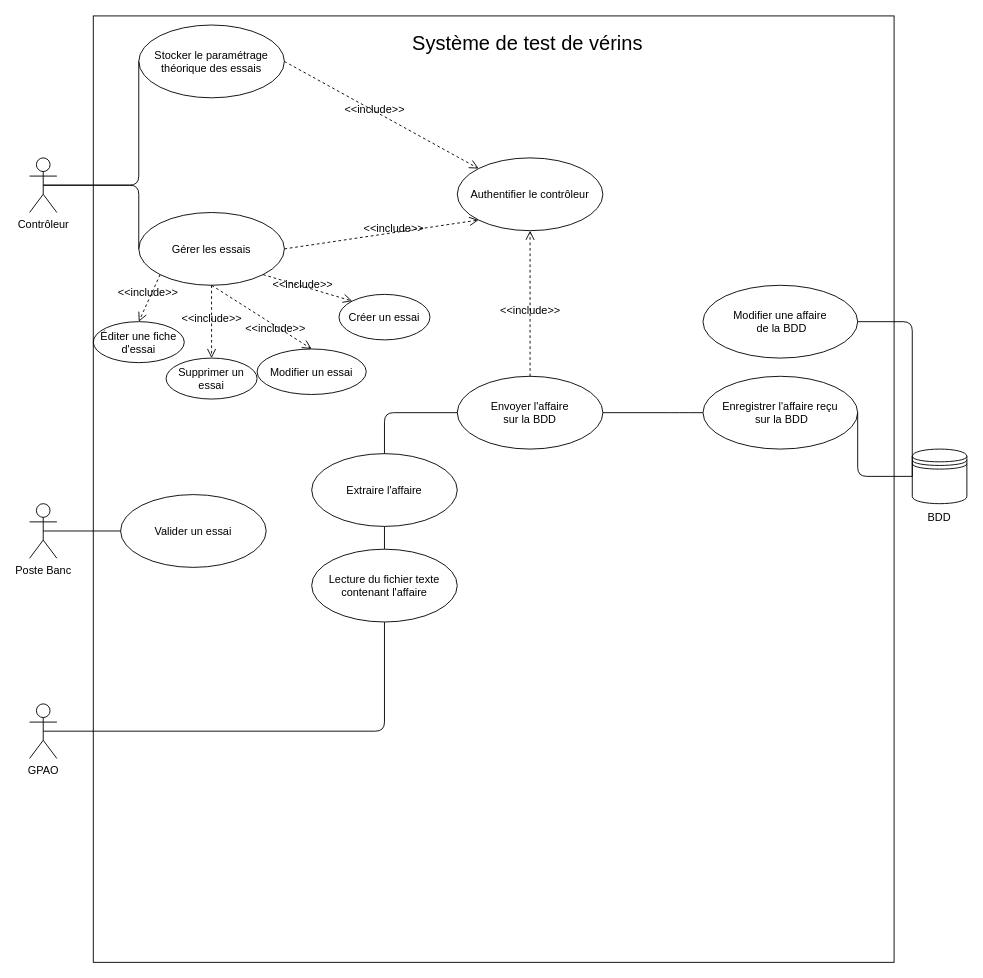
Above: Analyse/Hugo/diagrammeDUtilisationHugo.drawio in MRCThomas/testDeVerinSurBancHydraulique (draw.io), before the change. Source tidied: cells renumbered, new cells numbered last; positions are measured from the earlier drawing's top-left corner, leaving out a move shared by most shapes. Both pictures are drawn from the tidied source at 91%, with x=0, y=0 at pixel (29, 15).
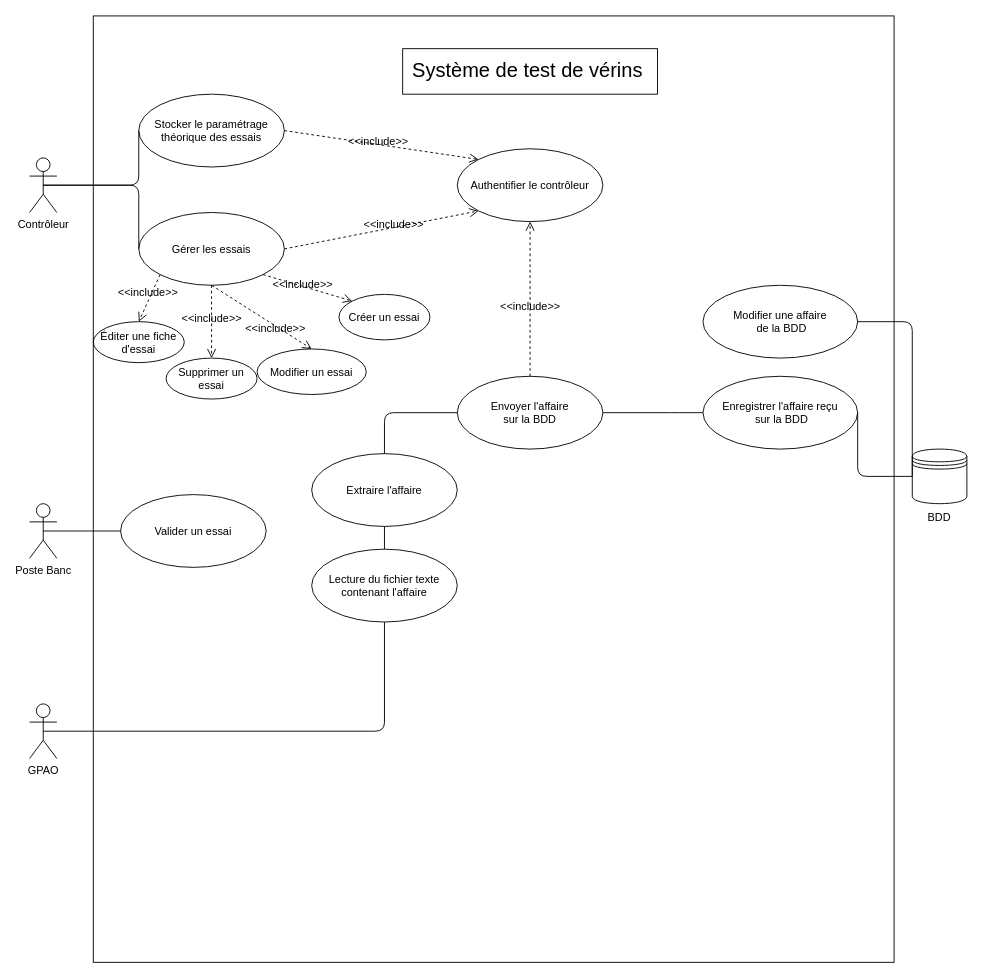
The same page after the edit.

Commit message:
UseCase Hugo

Ajout d'un titre au UseCase

The edit, as a diff of the source:
```diff
@@
     <mxCell id="12" value="Authentifier le contrôleur" style="ellipse;fillColor=none;" parent="1" vertex="1">
-      <mxGeometry x="470" y="156" width="160" height="80" as="geometry" />
+      <mxGeometry x="470" y="146" width="160" height="80" as="geometry" />
     </mxCell>
@@
     <mxCell id="18" value="Stocker le paramétrage&#10;théorique des essais" style="ellipse;fillColor=none;" parent="1" vertex="1">
-      <mxGeometry x="120" y="10" width="160" height="80" as="geometry" />
+      <mxGeometry x="120" y="86" width="160" height="80" as="geometry" />
     </mxCell>
@@
     <mxCell id="30" value="&lt;font style=&quot;font-size: 22px&quot;&gt;Système de test de vérins&amp;nbsp;&lt;/font&gt;" style="text;html=1;strokeColor=none;fillColor=none;align=center;verticalAlign=middle;whiteSpace=wrap;rounded=0;" parent="1" vertex="1">
-      <mxGeometry x="385.5" y="16" width="329" height="30" as="geometry" />
+      <mxGeometry x="385.5" y="46" width="329" height="30" as="geometry" />
     </mxCell>
@@
+    <mxCell id="38" style="rounded=0;whiteSpace=wrap;html=1;sketch=0;fontColor=default;fillColor=none;gradientColor=none;strokeWidth=1;" parent="1" vertex="1">
+      <mxGeometry x="410" y="36" width="280" height="50" as="geometry" />
+    </mxCell>
```
